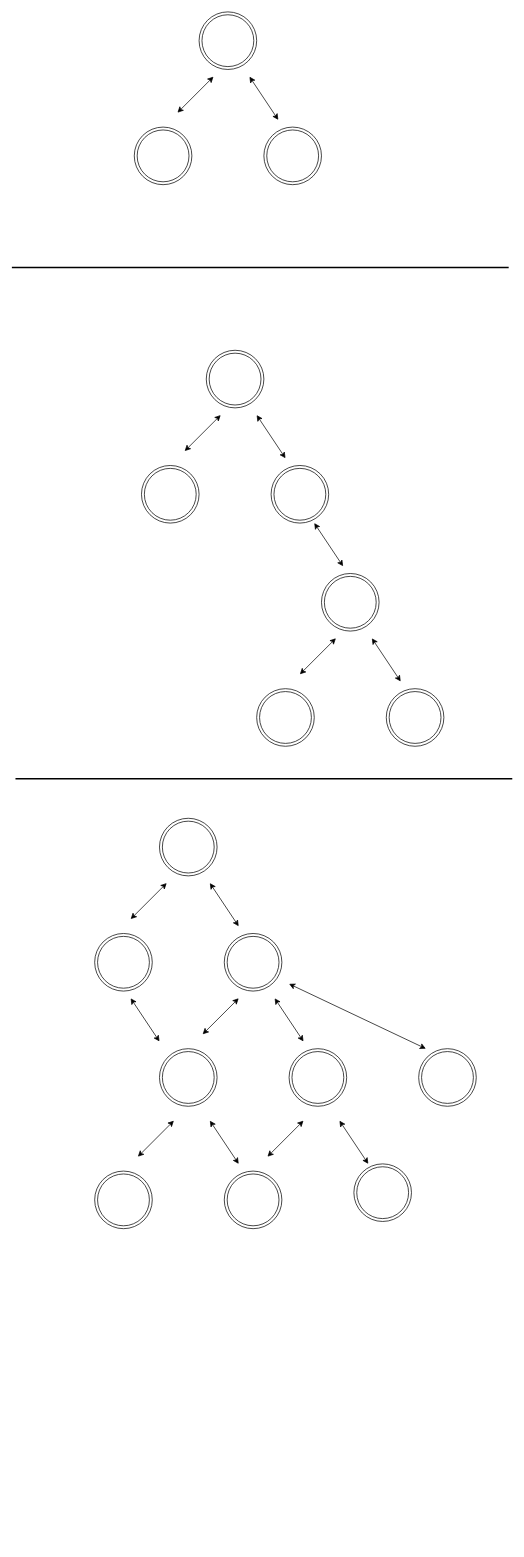
steve-torchia/sandbox keeps this draw.io diagram as GraphTypes.drawio. Above is the earlier version. Source tidied: cells renumbered, new cells numbered last; positions are measured from the earlier drawing's top-left corner, leaving out a move shared by most shapes. Both pictures are drawn from the tidied source at 72%, with x=0, y=0 at pixel (12, 12).
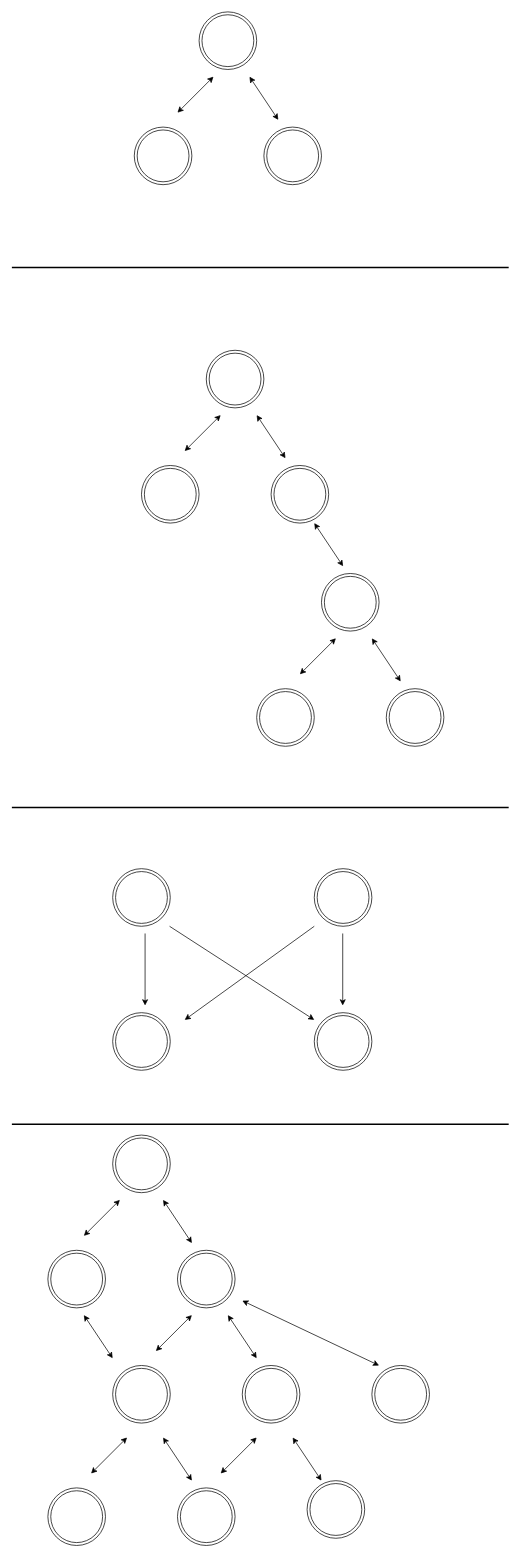
The same diagram, later.

Diff of the diagram source:
```diff
@@
     <mxCell id="19" style="ellipse;shape=doubleEllipse;whiteSpace=wrap;html=1;" parent="1" vertex="1">
-      <mxGeometry x="295" y="1280" width="80" height="80" as="geometry" />
+      <mxGeometry x="230" y="1720" width="80" height="80" as="geometry" />
     </mxCell>
     <mxCell id="20" style="ellipse;shape=doubleEllipse;whiteSpace=wrap;html=1;" parent="1" vertex="1">
-      <mxGeometry x="205" y="1440" width="80" height="80" as="geometry" />
+      <mxGeometry x="140" y="1880" width="80" height="80" as="geometry" />
     </mxCell>
     <mxCell id="21" style="ellipse;shape=doubleEllipse;whiteSpace=wrap;html=1;" parent="1" vertex="1">
-      <mxGeometry x="385" y="1440" width="80" height="80" as="geometry" />
+      <mxGeometry x="320" y="1880" width="80" height="80" as="geometry" />
     </mxCell>
     <mxCell id="22" style="endArrow=classic;startArrow=classic;html=1;" parent="1" edge="1">
       <mxGeometry relative="1" as="geometry">
-        <mxPoint x="265" y="1420" as="sourcePoint" />
-        <mxPoint x="315" y="1370" as="targetPoint" />
+        <mxPoint x="200" y="1860" as="sourcePoint" />
+        <mxPoint x="250" y="1810" as="targetPoint" />
       </mxGeometry>
     </mxCell>
     <mxCell id="23" style="endArrow=classic;startArrow=classic;html=1;" parent="1" edge="1">
       <mxGeometry relative="1" as="geometry">
-        <mxPoint x="405" y="1430" as="sourcePoint" />
-        <mxPoint x="365" y="1370" as="targetPoint" />
+        <mxPoint x="340" y="1870" as="sourcePoint" />
+        <mxPoint x="300" y="1810" as="targetPoint" />
       </mxGeometry>
     </mxCell>
     <mxCell id="24" style="line;strokeWidth=2;html=1;" parent="1" vertex="1">
-      <mxGeometry x="5" y="1060" width="690" height="10" as="geometry" />
+      <mxGeometry y="1100" width="690" height="10" as="geometry" />
     </mxCell>
     <mxCell id="25" style="ellipse;shape=doubleEllipse;whiteSpace=wrap;html=1;" parent="1" vertex="1">
-      <mxGeometry x="565" y="1440" width="80" height="80" as="geometry" />
+      <mxGeometry x="500" y="1880" width="80" height="80" as="geometry" />
     </mxCell>
     <mxCell id="26" style="endArrow=classic;startArrow=classic;html=1;" parent="1" edge="1">
       <mxGeometry relative="1" as="geometry">
-        <mxPoint x="575" y="1440" as="sourcePoint" />
-        <mxPoint x="385" y="1350" as="targetPoint" />
+        <mxPoint x="510" y="1880" as="sourcePoint" />
+        <mxPoint x="320" y="1790" as="targetPoint" />
       </mxGeometry>
     </mxCell>
     <mxCell id="27" style="ellipse;shape=doubleEllipse;whiteSpace=wrap;html=1;" parent="1" vertex="1">
-      <mxGeometry x="115" y="1610" width="80" height="80" as="geometry" />
+      <mxGeometry x="50" y="2050" width="80" height="80" as="geometry" />
     </mxCell>
     <mxCell id="28" style="ellipse;shape=doubleEllipse;whiteSpace=wrap;html=1;" parent="1" vertex="1">
-      <mxGeometry x="295" y="1610" width="80" height="80" as="geometry" />
+      <mxGeometry x="230" y="2050" width="80" height="80" as="geometry" />
     </mxCell>
     <mxCell id="29" style="endArrow=classic;startArrow=classic;html=1;" parent="1" edge="1">
       <mxGeometry relative="1" as="geometry">
-        <mxPoint x="175" y="1590" as="sourcePoint" />
-        <mxPoint x="225" y="1540" as="targetPoint" />
+        <mxPoint x="110" y="2030" as="sourcePoint" />
+        <mxPoint x="160" y="1980" as="targetPoint" />
       </mxGeometry>
     </mxCell>
     <mxCell id="30" style="endArrow=classic;startArrow=classic;html=1;" parent="1" edge="1">
       <mxGeometry relative="1" as="geometry">
-        <mxPoint x="315" y="1600" as="sourcePoint" />
-        <mxPoint x="275" y="1540" as="targetPoint" />
+        <mxPoint x="250" y="2040" as="sourcePoint" />
+        <mxPoint x="210" y="1980" as="targetPoint" />
       </mxGeometry>
     </mxCell>
     <mxCell id="31" style="ellipse;shape=doubleEllipse;whiteSpace=wrap;html=1;" parent="1" vertex="1">
-      <mxGeometry x="115" y="1280" width="80" height="80" as="geometry" />
+      <mxGeometry x="50" y="1720" width="80" height="80" as="geometry" />
     </mxCell>
     <mxCell id="32" style="endArrow=classic;startArrow=classic;html=1;" parent="1" edge="1">
       <mxGeometry relative="1" as="geometry">
-        <mxPoint x="205" y="1430" as="sourcePoint" />
-        <mxPoint x="165" y="1370" as="targetPoint" />
+        <mxPoint x="140" y="1870" as="sourcePoint" />
+        <mxPoint x="100" y="1810" as="targetPoint" />
       </mxGeometry>
     </mxCell>
     <mxCell id="33" style="endArrow=classic;startArrow=classic;html=1;" parent="1" edge="1">
       <mxGeometry relative="1" as="geometry">
-        <mxPoint x="355" y="1590" as="sourcePoint" />
-        <mxPoint x="405" y="1540" as="targetPoint" />
+        <mxPoint x="290" y="2030" as="sourcePoint" />
+        <mxPoint x="340" y="1980" as="targetPoint" />
       </mxGeometry>
     </mxCell>
     <mxCell id="34" style="ellipse;shape=doubleEllipse;whiteSpace=wrap;html=1;" parent="1" vertex="1">
-      <mxGeometry x="475" y="1600" width="80" height="80" as="geometry" />
+      <mxGeometry x="410" y="2040" width="80" height="80" as="geometry" />
     </mxCell>
     <mxCell id="35" style="endArrow=classic;startArrow=classic;html=1;" parent="1" edge="1">
       <mxGeometry relative="1" as="geometry">
-        <mxPoint x="495" y="1600" as="sourcePoint" />
-        <mxPoint x="455" y="1540" as="targetPoint" />
+        <mxPoint x="430" y="2040" as="sourcePoint" />
+        <mxPoint x="390" y="1980" as="targetPoint" />
       </mxGeometry>
     </mxCell>
     <mxCell id="36" style="ellipse;shape=doubleEllipse;whiteSpace=wrap;html=1;" parent="1" vertex="1">
-      <mxGeometry x="205" y="1120" width="80" height="80" as="geometry" />
+      <mxGeometry x="140" y="1560" width="80" height="80" as="geometry" />
     </mxCell>
     <mxCell id="37" style="endArrow=classic;startArrow=classic;html=1;" parent="1" edge="1">
       <mxGeometry relative="1" as="geometry">
-        <mxPoint x="315" y="1270" as="sourcePoint" />
-        <mxPoint x="275" y="1210" as="targetPoint" />
+        <mxPoint x="250" y="1710" as="sourcePoint" />
+        <mxPoint x="210" y="1650" as="targetPoint" />
       </mxGeometry>
     </mxCell>
     <mxCell id="38" style="endArrow=classic;startArrow=classic;html=1;" parent="1" edge="1">
       <mxGeometry relative="1" as="geometry">
-        <mxPoint x="165" y="1260" as="sourcePoint" />
-        <mxPoint x="215" y="1210" as="targetPoint" />
+        <mxPoint x="100" y="1700" as="sourcePoint" />
+        <mxPoint x="150" y="1650" as="targetPoint" />
       </mxGeometry>
     </mxCell>
+    <mxCell id="39" style="ellipse;shape=doubleEllipse;whiteSpace=wrap;html=1;" parent="1" vertex="1">
+      <mxGeometry x="140" y="1390" width="80" height="80" as="geometry" />
+    </mxCell>
+    <mxCell id="40" style="ellipse;shape=doubleEllipse;whiteSpace=wrap;html=1;" parent="1" vertex="1">
+      <mxGeometry x="140" y="1190" width="80" height="80" as="geometry" />
+    </mxCell>
+    <mxCell id="41" style="ellipse;shape=doubleEllipse;whiteSpace=wrap;html=1;" parent="1" vertex="1">
+      <mxGeometry x="420" y="1390" width="80" height="80" as="geometry" />
+    </mxCell>
+    <mxCell id="42" style="ellipse;shape=doubleEllipse;whiteSpace=wrap;html=1;" parent="1" vertex="1">
+      <mxGeometry x="420" y="1190" width="80" height="80" as="geometry" />
+    </mxCell>
+    <mxCell id="43" style="endArrow=classic;html=1;" parent="1" edge="1">
+      <mxGeometry relative="1" as="geometry">
+        <mxPoint x="185" y="1280" as="sourcePoint" />
+        <mxPoint x="185" y="1380" as="targetPoint" />
+      </mxGeometry>
+    </mxCell>
+    <mxCell id="44" style="endArrow=classic;html=1;" parent="1" edge="1">
+      <mxGeometry relative="1" as="geometry">
+        <mxPoint x="219" y="1270" as="sourcePoint" />
+        <mxPoint x="420" y="1400" as="targetPoint" />
+      </mxGeometry>
+    </mxCell>
+    <mxCell id="45" style="endArrow=classic;html=1;" parent="1" edge="1">
+      <mxGeometry relative="1" as="geometry">
+        <mxPoint x="420" y="1270" as="sourcePoint" />
+        <mxPoint x="240" y="1400" as="targetPoint" />
+      </mxGeometry>
+    </mxCell>
+    <mxCell id="46" style="endArrow=classic;html=1;" parent="1" edge="1">
+      <mxGeometry relative="1" as="geometry">
+        <mxPoint x="459.5" y="1280" as="sourcePoint" />
+        <mxPoint x="459.5" y="1380" as="targetPoint" />
+      </mxGeometry>
+    </mxCell>
+    <mxCell id="47" style="line;strokeWidth=2;html=1;" parent="1" vertex="1">
+      <mxGeometry y="1540" width="690" height="10" as="geometry" />
+    </mxCell>
```
